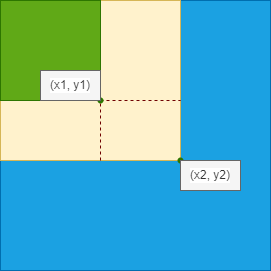
Above: images/Partial_Sum.drawio.png in LiuShuoJiang/algorithm-notes (draw.io), before the change. Source tidied: cells renumbered, new cells last; positions are measured from the earlier drawing's top-left corner, leaving out a move shared by most shapes. The source it was exported from:
```xml
<mxGraphModel background="#ffffff">
  <root>
    <mxCell id="0" />
    <mxCell id="1" parent="0" />
    <mxCell id="2" style="whiteSpace=wrap;html=1;labelBackgroundColor=default;fillColor=#1ba1e2;fontColor=#ffffff;strokeColor=#006EAF;" parent="1" vertex="1">
      <mxGeometry width="270" height="270" as="geometry" />
    </mxCell>
    <mxCell id="3" style="rounded=0;whiteSpace=wrap;html=1;fillColor=#fff2cc;strokeColor=#d6b656;" parent="1" vertex="1">
      <mxGeometry width="180" height="160" as="geometry" />
    </mxCell>
    <mxCell id="4" style="whiteSpace=wrap;html=1;fillColor=#60a917;fontColor=#ffffff;strokeColor=#2D7600;" parent="1" vertex="1">
      <mxGeometry width="100" height="100" as="geometry" />
    </mxCell>
    <mxCell id="5" style="endArrow=none;dashed=1;html=1;entryX=1;entryY=1;entryDx=0;entryDy=0;fillColor=#a20025;strokeColor=#6F0000;jumpSize=10;arcSize=20;strokeWidth=1;targetPerimeterSpacing=0;" parent="1" edge="1" target="4">
      <mxGeometry relative="1" as="geometry">
        <mxPoint x="100" y="160" as="sourcePoint" />
      </mxGeometry>
    </mxCell>
    <mxCell id="6" style="endArrow=none;dashed=1;html=1;exitDx=0;exitDy=0;startArrow=none;fillColor=#a20025;strokeColor=#6F0000;jumpSize=10;" parent="1" edge="1" source="8">
      <mxGeometry relative="1" as="geometry">
        <mxPoint x="180" y="100" as="targetPoint" />
      </mxGeometry>
    </mxCell>
    <mxCell id="7" style="endArrow=none;dashed=1;html=1;exitX=1;exitY=1;exitDx=0;exitDy=0;" parent="1" edge="1" source="4" target="8">
      <mxGeometry relative="1" as="geometry" />
    </mxCell>
    <mxCell id="8" style="shape=waypoint;sketch=0;fillStyle=solid;size=6;points=[];perimeter=centerPerimeter;snapToPoint=1;fillColor=#60a917;fontColor=#ffffff;strokeColor=#2D7600;" parent="1" vertex="1">
      <mxGeometry x="90" y="90" width="20" height="20" as="geometry" />
    </mxCell>
    <mxCell id="9" style="shape=waypoint;sketch=0;fillStyle=solid;size=6;fillColor=#60a917;perimeter=centerPerimeter;fontColor=#ffffff;strokeColor=#2D7600;" parent="1" vertex="1">
      <mxGeometry x="170" y="150" width="20" height="20" as="geometry" />
    </mxCell>
    <mxCell id="10" value="(x1, y1)" style="text;strokeColor=#666666;align=center;fillColor=#f5f5f5;html=1;verticalAlign=middle;whiteSpace=wrap;rounded=0;labelBackgroundColor=#FFFFFF;fontColor=#333333;" parent="1" vertex="1">
      <mxGeometry x="40" y="70" width="60" height="30" as="geometry" />
    </mxCell>
    <mxCell id="11" value="(x2, y2)" style="text;strokeColor=#666666;align=center;fillColor=#f5f5f5;html=1;verticalAlign=middle;whiteSpace=wrap;rounded=0;labelBackgroundColor=#FFFFFF;fontColor=#333333;" parent="1" vertex="1">
      <mxGeometry x="180" y="160" width="60" height="30" as="geometry" />
    </mxCell>
  </root>
</mxGraphModel>
```
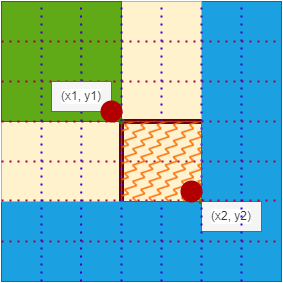
After the change.

The edit, as a diff of the source:
```diff
@@ -3,38 +3,128 @@
     <mxCell id="0" />
     <mxCell id="1" parent="0" />
     <mxCell id="2" style="whiteSpace=wrap;html=1;labelBackgroundColor=default;fillColor=#1ba1e2;fontColor=#ffffff;strokeColor=#006EAF;" parent="1" vertex="1">
-      <mxGeometry width="270" height="270" as="geometry" />
+      <mxGeometry y="10" width="280" height="280" as="geometry" />
     </mxCell>
     <mxCell id="3" style="rounded=0;whiteSpace=wrap;html=1;fillColor=#fff2cc;strokeColor=#d6b656;" parent="1" vertex="1">
-      <mxGeometry width="180" height="160" as="geometry" />
+      <mxGeometry y="10" width="200" height="200" as="geometry" />
     </mxCell>
     <mxCell id="4" style="whiteSpace=wrap;html=1;fillColor=#60a917;fontColor=#ffffff;strokeColor=#2D7600;" parent="1" vertex="1">
-      <mxGeometry width="100" height="100" as="geometry" />
+      <mxGeometry y="10" width="120" height="120" as="geometry" />
     </mxCell>
-    <mxCell id="5" style="endArrow=none;dashed=1;html=1;entryX=1;entryY=1;entryDx=0;entryDy=0;fillColor=#a20025;strokeColor=#6F0000;jumpSize=10;arcSize=20;strokeWidth=1;targetPerimeterSpacing=0;" parent="1" edge="1" target="4">
+    <mxCell id="5" style="endArrow=none;html=1;entryX=1;entryY=1;entryDx=0;entryDy=0;fillColor=#a20025;strokeColor=#6F0000;jumpSize=10;arcSize=20;strokeWidth=5;targetPerimeterSpacing=0;" parent="1" edge="1" target="4">
       <mxGeometry relative="1" as="geometry">
-        <mxPoint x="100" y="160" as="sourcePoint" />
+        <mxPoint x="120" y="210" as="sourcePoint" />
       </mxGeometry>
     </mxCell>
-    <mxCell id="6" style="endArrow=none;dashed=1;html=1;exitDx=0;exitDy=0;startArrow=none;fillColor=#a20025;strokeColor=#6F0000;jumpSize=10;" parent="1" edge="1" source="8">
+    <mxCell id="6" style="endArrow=none;html=1;startArrow=none;fillColor=#a20025;strokeColor=#6F0000;jumpSize=10;strokeWidth=5;" parent="1" edge="1">
       <mxGeometry relative="1" as="geometry">
-        <mxPoint x="180" y="100" as="targetPoint" />
+        <mxPoint x="120" y="130" as="sourcePoint" />
+        <mxPoint x="200" y="130" as="targetPoint" />
       </mxGeometry>
     </mxCell>
     <mxCell id="7" style="endArrow=none;dashed=1;html=1;exitX=1;exitY=1;exitDx=0;exitDy=0;" parent="1" edge="1" source="4" target="8">
       <mxGeometry relative="1" as="geometry" />
     </mxCell>
     <mxCell id="8" style="shape=waypoint;sketch=0;fillStyle=solid;size=6;points=[];perimeter=centerPerimeter;snapToPoint=1;fillColor=#60a917;fontColor=#ffffff;strokeColor=#2D7600;" parent="1" vertex="1">
-      <mxGeometry x="90" y="90" width="20" height="20" as="geometry" />
+      <mxGeometry x="110" y="120" width="20" height="20" as="geometry" />
     </mxCell>
     <mxCell id="9" style="shape=waypoint;sketch=0;fillStyle=solid;size=6;fillColor=#60a917;perimeter=centerPerimeter;fontColor=#ffffff;strokeColor=#2D7600;" parent="1" vertex="1">
-      <mxGeometry x="170" y="150" width="20" height="20" as="geometry" />
+      <mxGeometry x="190" y="200" width="20" height="20" as="geometry" />
     </mxCell>
+    <mxCell id="11" value="(x2, y2)" style="text;strokeColor=#666666;align=center;fillColor=#f5f5f5;html=1;verticalAlign=middle;whiteSpace=wrap;rounded=0;labelBackgroundColor=#FFFFFF;fontColor=#333333;" parent="1" vertex="1">
+      <mxGeometry x="200" y="210" width="60" height="30" as="geometry" />
+    </mxCell>
+    <mxCell id="12" style="endArrow=none;dashed=1;html=1;dashPattern=1 3;strokeWidth=2;fillColor=#d80073;strokeColor=#A50040;" parent="1" edge="1">
+      <mxGeometry relative="1" as="geometry">
+        <mxPoint y="50" as="sourcePoint" />
+        <mxPoint x="280" y="50" as="targetPoint" />
+      </mxGeometry>
+    </mxCell>
+    <mxCell id="13" style="endArrow=none;dashed=1;html=1;dashPattern=1 3;strokeWidth=2;fillColor=#d80073;strokeColor=#A50040;" parent="1" edge="1">
+      <mxGeometry relative="1" as="geometry">
+        <mxPoint y="90" as="sourcePoint" />
+        <mxPoint x="280" y="90" as="targetPoint" />
+      </mxGeometry>
+    </mxCell>
+    <mxCell id="14" style="endArrow=none;dashed=1;html=1;dashPattern=1 3;strokeWidth=2;fillColor=#d80073;strokeColor=#A50040;" parent="1" edge="1">
+      <mxGeometry relative="1" as="geometry">
+        <mxPoint y="130" as="sourcePoint" />
+        <mxPoint x="280" y="130" as="targetPoint" />
+      </mxGeometry>
+    </mxCell>
+    <mxCell id="15" style="endArrow=none;dashed=1;html=1;dashPattern=1 3;strokeWidth=2;fillColor=#d80073;strokeColor=#A50040;" parent="1" edge="1">
+      <mxGeometry relative="1" as="geometry">
+        <mxPoint y="170" as="sourcePoint" />
+        <mxPoint x="280" y="170" as="targetPoint" />
+      </mxGeometry>
+    </mxCell>
+    <mxCell id="16" style="endArrow=none;dashed=1;html=1;dashPattern=1 3;strokeWidth=2;fillColor=#d80073;strokeColor=#A50040;" parent="1" edge="1">
+      <mxGeometry relative="1" as="geometry">
+        <mxPoint y="209" as="sourcePoint" />
+        <mxPoint x="280" y="209" as="targetPoint" />
+      </mxGeometry>
+    </mxCell>
+    <mxCell id="17" style="endArrow=none;dashed=1;html=1;dashPattern=1 3;strokeWidth=2;fillColor=#d80073;strokeColor=#A50040;" parent="1" edge="1">
+      <mxGeometry relative="1" as="geometry">
+        <mxPoint y="250" as="sourcePoint" />
+        <mxPoint x="280" y="250" as="targetPoint" />
+      </mxGeometry>
+    </mxCell>
+    <mxCell id="18" style="endArrow=none;dashed=1;html=1;dashPattern=1 3;strokeWidth=2;fillColor=#6a00ff;strokeColor=#3700CC;" parent="1" edge="1">
+      <mxGeometry relative="1" as="geometry">
+        <mxPoint x="40" y="290" as="sourcePoint" />
+        <mxPoint x="40" y="10" as="targetPoint" />
+      </mxGeometry>
+    </mxCell>
+    <mxCell id="19" style="endArrow=none;dashed=1;html=1;dashPattern=1 3;strokeWidth=2;fillColor=#6a00ff;strokeColor=#3700CC;startArrow=none;" parent="1" edge="1" source="10">
+      <mxGeometry relative="1" as="geometry">
+        <mxPoint x="79.5" y="10" as="targetPoint" />
+      </mxGeometry>
+    </mxCell>
+    <mxCell id="20" style="endArrow=none;dashed=1;html=1;dashPattern=1 3;strokeWidth=2;fillColor=#6a00ff;strokeColor=#3700CC;" parent="1" edge="1">
+      <mxGeometry relative="1" as="geometry">
+        <mxPoint x="120" y="290" as="sourcePoint" />
+        <mxPoint x="120" y="10" as="targetPoint" />
+      </mxGeometry>
+    </mxCell>
+    <mxCell id="21" style="endArrow=none;dashed=1;html=1;dashPattern=1 3;strokeWidth=2;fillColor=#6a00ff;strokeColor=#3700CC;startArrow=none;" parent="1" edge="1" source="25">
+      <mxGeometry relative="1" as="geometry">
+        <mxPoint x="160" y="10" as="targetPoint" />
+      </mxGeometry>
+    </mxCell>
+    <mxCell id="22" style="endArrow=none;dashed=1;html=1;dashPattern=1 3;strokeWidth=2;fillColor=#6a00ff;strokeColor=#3700CC;" parent="1" edge="1">
+      <mxGeometry relative="1" as="geometry">
+        <mxPoint x="200" y="290" as="sourcePoint" />
+        <mxPoint x="200" y="10" as="targetPoint" />
+      </mxGeometry>
+    </mxCell>
+    <mxCell id="23" style="endArrow=none;dashed=1;html=1;dashPattern=1 3;strokeWidth=2;fillColor=#6a00ff;strokeColor=#3700CC;" parent="1" edge="1">
+      <mxGeometry relative="1" as="geometry">
+        <mxPoint x="240" y="290" as="sourcePoint" />
+        <mxPoint x="240" y="10" as="targetPoint" />
+      </mxGeometry>
+    </mxCell>
+    <mxCell id="24" style="endArrow=none;dashed=1;html=1;dashPattern=1 3;strokeWidth=2;fillColor=#6a00ff;strokeColor=#3700CC;" parent="1" edge="1" target="25">
+      <mxGeometry relative="1" as="geometry">
+        <mxPoint x="160" y="290" as="sourcePoint" />
+      </mxGeometry>
+    </mxCell>
+    <mxCell id="25" style="whiteSpace=wrap;html=1;fillColor=#fa6800;fontColor=#000000;strokeColor=#C73500;shadow=0;rounded=0;fillStyle=zigzag-line;" parent="1" vertex="1">
+      <mxGeometry x="120" y="130" width="80" height="80" as="geometry" />
+    </mxCell>
+    <mxCell id="26" style="shape=waypoint;sketch=0;fillStyle=solid;size=6;fillColor=#e51400;perimeter=centerPerimeter;rounded=0;shadow=0;strokeWidth=9;fontColor=#ffffff;strokeColor=#B20000;" parent="1" vertex="1">
+      <mxGeometry x="180" y="190" width="20" height="20" as="geometry" />
+    </mxCell>
+    <mxCell id="27" style="endArrow=none;dashed=1;html=1;dashPattern=1 3;strokeWidth=2;fillColor=#6a00ff;strokeColor=#3700CC;" parent="1" edge="1" target="10">
+      <mxGeometry relative="1" as="geometry">
+        <mxPoint x="79.5" y="290" as="sourcePoint" />
+      </mxGeometry>
+    </mxCell>
     <mxCell id="10" value="(x1, y1)" style="text;strokeColor=#666666;align=center;fillColor=#f5f5f5;html=1;verticalAlign=middle;whiteSpace=wrap;rounded=0;labelBackgroundColor=#FFFFFF;fontColor=#333333;" parent="1" vertex="1">
-      <mxGeometry x="40" y="70" width="60" height="30" as="geometry" />
+      <mxGeometry x="50" y="90" width="60" height="30" as="geometry" />
     </mxCell>
-    <mxCell id="11" value="(x2, y2)" style="text;strokeColor=#666666;align=center;fillColor=#f5f5f5;html=1;verticalAlign=middle;whiteSpace=wrap;rounded=0;labelBackgroundColor=#FFFFFF;fontColor=#333333;" parent="1" vertex="1">
-      <mxGeometry x="180" y="160" width="60" height="30" as="geometry" />
-    </mxCell>
+    <mxCell id="28" style="shape=waypoint;sketch=0;fillStyle=solid;size=6;fillColor=#e51400;perimeter=centerPerimeter;rounded=0;shadow=0;strokeWidth=9;fontColor=#ffffff;strokeColor=#B20000;" parent="1" vertex="1">
+      <mxGeometry x="100" y="110" width="20" height="20" as="geometry" />
+    </mxCell>
   </root>
 </mxGraphModel>
```
